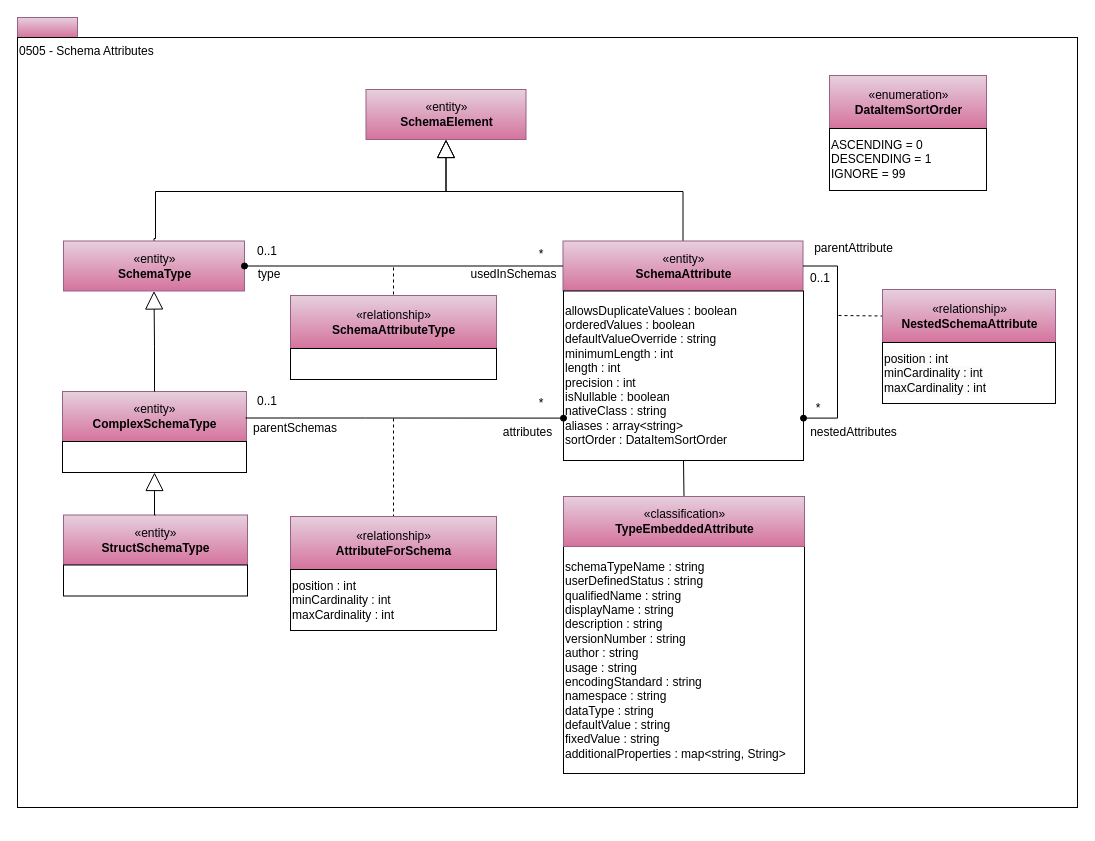
odpi/egeria-docs keeps this draw.io diagram as page "0505-Schema-Attributes" (5 of 36) of site/docs/types/5/area-5-models-and-schema.drawio. Above is the earlier version. Source tidied: cells renumbered, new cells numbered last; positions are measured from the earlier drawing's top-left corner, leaving out a move shared by most shapes. Both pictures are drawn from the tidied source at 100%, with x=0, y=0 at pixel (17, 17).
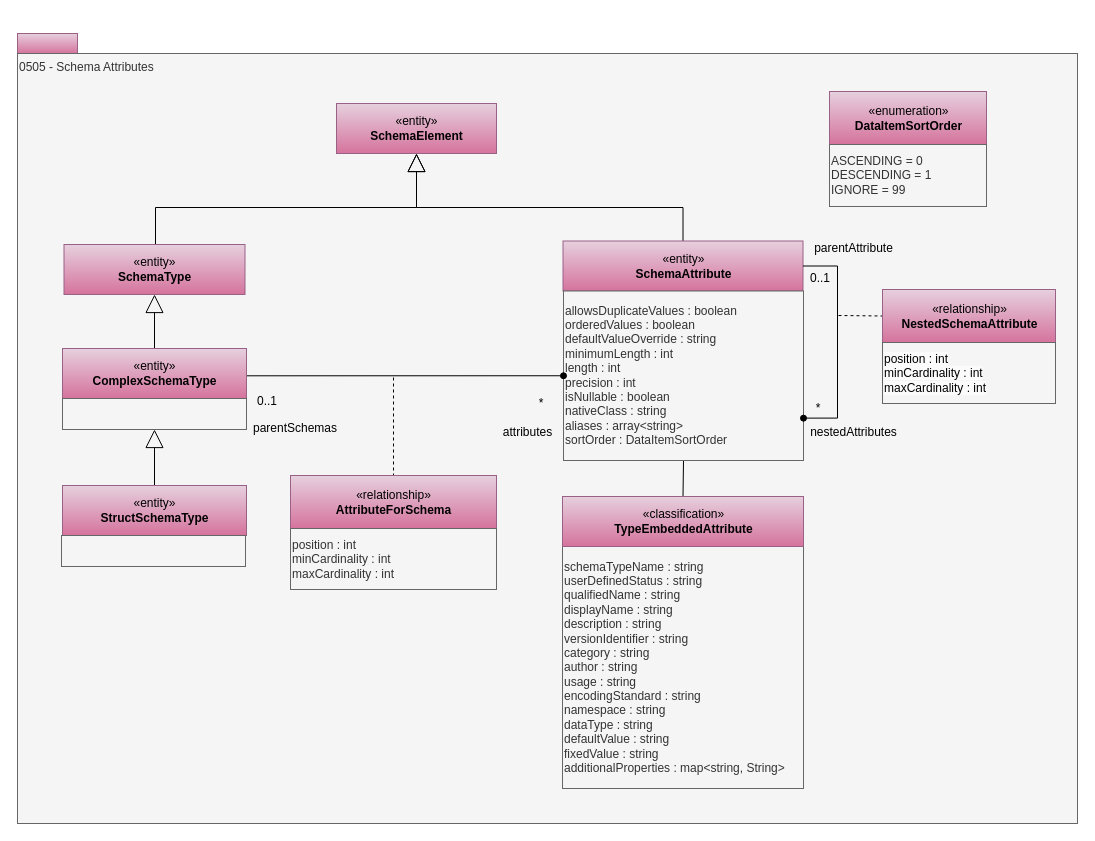
After the change.

Unchanged cells that the change refers to:
```xml
<mxCell id="22" value="parentSchemas" style="text;html=1;strokeColor=none;fillColor=none;align=center;verticalAlign=middle;whiteSpace=wrap;rounded=0;" parent="1" vertex="1">
  <mxGeometry x="228" y="400.5" width="100" height="20" as="geometry" />
</mxCell>
<mxCell id="27" value="«entity»&lt;br&gt;&lt;b&gt;SchemaAttribute&lt;/b&gt;" style="html=1;strokeColor=#996185;align=center;fillColor=#e6d0de;gradientColor=#d5739d;" parent="1" vertex="1">
  <mxGeometry x="545.5" y="223.5" width="240" height="50" as="geometry" />
</mxCell>
```

Diff of the diagram source:
```diff
@@
     <mxCell id="2" style="rounded=0;whiteSpace=wrap;html=1;align=left;fillColor=#e6d0de;strokeColor=#996185;gradientColor=#d5739d;" parent="1" vertex="1">
-      <mxGeometry width="60" height="20" as="geometry" />
+      <mxGeometry y="16" width="60" height="20" as="geometry" />
     </mxCell>
-    <mxCell id="3" value="0505 - Schema Attributes" style="rounded=0;whiteSpace=wrap;html=1;align=left;verticalAlign=top;" parent="1" vertex="1">
-      <mxGeometry y="20" width="1060" height="770" as="geometry" />
+    <mxCell id="3" value="0505 - Schema Attributes" style="rounded=0;whiteSpace=wrap;html=1;align=left;verticalAlign=top;fillColor=#f5f5f5;fontColor=#333333;strokeColor=#666666;" parent="1" vertex="1">
+      <mxGeometry y="36" width="1060" height="770" as="geometry" />
     </mxCell>
     <mxCell id="4" value="«entity»&lt;br&gt;&lt;b&gt;SchemaElement&lt;/b&gt;" style="html=1;strokeColor=#996185;align=center;fillColor=#e6d0de;gradientColor=#d5739d;" parent="1" vertex="1">
-      <mxGeometry x="348.5" y="72" width="160" height="50" as="geometry" />
+      <mxGeometry x="319" y="86" width="160" height="50" as="geometry" />
     </mxCell>
     <mxCell id="5" style="edgeStyle=orthogonalEdgeStyle;rounded=0;jettySize=auto;html=1;exitX=0.5;exitY=0;exitDx=0;exitDy=0;startArrow=none;startFill=0;startSize=6;endArrow=block;endFill=0;endSize=16;entryX=0.5;entryY=1;entryDx=0;entryDy=0;" parent="1" edge="1" source="6" target="4">
       <mxGeometry relative="1" as="geometry">
         <Array as="points">
-          <mxPoint x="138" y="221" />
-          <mxPoint x="138" y="174" />
-          <mxPoint x="429" y="174" />
+          <mxPoint x="137" y="237" />
+          <mxPoint x="138" y="237" />
+          <mxPoint x="138" y="190" />
+          <mxPoint x="399" y="190" />
         </Array>
       </mxGeometry>
     </mxCell>
     <mxCell id="6" value="«entity»&lt;br&gt;&lt;b&gt;SchemaType&lt;/b&gt;" style="html=1;strokeColor=#996185;align=center;fillColor=#e6d0de;gradientColor=#d5739d;" parent="1" vertex="1">
-      <mxGeometry x="46" y="223.5" width="181" height="50" as="geometry" />
+      <mxGeometry x="46.5" y="227" width="181" height="50" as="geometry" />
     </mxCell>
@@
     <mxCell id="8" style="edgeStyle=orthogonalEdgeStyle;rounded=0;jettySize=auto;html=1;exitX=0.5;exitY=0;exitDx=0;exitDy=0;entryX=0.5;entryY=1;entryDx=0;entryDy=0;startSize=6;endArrow=block;endFill=0;endSize=16;" parent="1" edge="1" source="27" target="4">
       <mxGeometry relative="1" as="geometry">
         <Array as="points">
-          <mxPoint x="666" y="174" />
-          <mxPoint x="429" y="174" />
+          <mxPoint x="666" y="190" />
+          <mxPoint x="399" y="190" />
         </Array>
       </mxGeometry>
     </mxCell>
@@
     <mxCell id="14" style="endArrow=none;dashed=1;html=1;" parent="1" edge="1" target="46">
       <mxGeometry relative="1" as="geometry">
-        <mxPoint x="376" y="401" as="sourcePoint" />
+        <mxPoint x="376" y="360" as="sourcePoint" />
       </mxGeometry>
     </mxCell>
-    <mxCell id="15" style="group;" parent="1" vertex="1">
-      <mxGeometry x="45" y="374" width="184" height="81" as="geometry" />
-    </mxCell>
-    <mxCell id="16" value="«entity»&lt;br&gt;&lt;b&gt;ComplexSchemaType&lt;/b&gt;" style="html=1;strokeColor=#996185;align=center;fillColor=#e6d0de;gradientColor=#d5739d;" parent="15" vertex="1">
-      <mxGeometry width="184" height="50" as="geometry" />
-    </mxCell>
-    <mxCell id="17" style="rounded=0;whiteSpace=wrap;html=1;strokeColor=#000000;gradientColor=#ffffff;align=center;" parent="15" vertex="1">
-      <mxGeometry y="50" width="184" height="31" as="geometry" />
-    </mxCell>
@@
-    <mxCell id="23" style="group;" parent="1" vertex="1">
-      <mxGeometry x="46" y="484.5" width="184" height="81" as="geometry" />
-    </mxCell>
-    <mxCell id="24" value="«entity»&lt;br&gt;&lt;b&gt;StructSchemaType&lt;/b&gt;" style="html=1;strokeColor=#996185;align=center;fillColor=#e6d0de;gradientColor=#d5739d;" parent="23" vertex="1">
-      <mxGeometry y="13" width="184" height="50" as="geometry" />
-    </mxCell>
-    <mxCell id="25" style="rounded=0;whiteSpace=wrap;html=1;strokeColor=#000000;gradientColor=#ffffff;align=center;" parent="23" vertex="1">
-      <mxGeometry y="63" width="184" height="31" as="geometry" />
-    </mxCell>
@@
-    <mxCell id="28" value="&lt;font style=&quot;white-space: normal&quot;&gt;allowsDuplicateValues : boolean&lt;br&gt;orderedValues : boolean&lt;br&gt;&lt;/font&gt;&lt;span&gt;defaultValueOverride : string&lt;br&gt;minimumLength : int&lt;br&gt;length : int&lt;br&gt;precision : int&lt;br&gt;isNullable : boolean&lt;br&gt;&lt;/span&gt;&lt;font style=&quot;white-space: normal&quot;&gt;nativeClass : string&lt;br&gt;aliases : array&amp;lt;string&amp;gt;&lt;br&gt;sortOrder : DataItemSortOrder&lt;br&gt;&lt;/font&gt;" style="rounded=0;whiteSpace=wrap;html=1;strokeColor=#000000;gradientColor=#ffffff;align=left;fontColor=#000000;" parent="1" vertex="1">
+    <mxCell id="28" value="&lt;font style=&quot;white-space: normal&quot;&gt;allowsDuplicateValues : boolean&lt;br&gt;orderedValues : boolean&lt;br&gt;&lt;/font&gt;&lt;span&gt;defaultValueOverride : string&lt;br&gt;minimumLength : int&lt;br&gt;length : int&lt;br&gt;precision : int&lt;br&gt;isNullable : boolean&lt;br&gt;&lt;/span&gt;&lt;font style=&quot;white-space: normal&quot;&gt;nativeClass : string&lt;br&gt;aliases : array&amp;lt;string&amp;gt;&lt;br&gt;sortOrder : DataItemSortOrder&lt;br&gt;&lt;/font&gt;" style="rounded=0;whiteSpace=wrap;html=1;strokeColor=#666666;align=left;fontColor=#333333;fillColor=#f5f5f5;" parent="1" vertex="1">
       <mxGeometry x="546" y="273.5" width="240" height="169.5" as="geometry" />
     </mxCell>
-    <mxCell id="29" value="schemaTypeName : string&lt;div&gt;userDefinedStatus : string&lt;br&gt;qualifiedName : string&lt;br&gt;displayName : string&lt;br&gt;description : string&lt;br&gt;versionNumber : string&lt;br&gt;author : string&lt;br&gt;usage : string&lt;br&gt;encodingStandard : string&lt;br&gt;namespace : string&lt;br&gt;dataType : string&lt;br&gt;defaultValue : string&lt;br&gt;fixedValue : string&lt;br&gt;additionalProperties : map&amp;lt;string, String&amp;gt;&lt;br&gt;&lt;div style=&quot;text-align: left&quot;&gt;&lt;/div&gt;&lt;/div&gt;" style="rounded=0;whiteSpace=wrap;html=1;strokeColor=#000000;gradientColor=#ffffff;align=left;" parent="1" vertex="1">
-      <mxGeometry x="546" y="529" width="241" height="227" as="geometry" />
+    <mxCell id="29" value="schemaTypeName : string&lt;div&gt;userDefinedStatus : string&lt;br&gt;qualifiedName : string&lt;br&gt;displayName : string&lt;br&gt;description : string&lt;br&gt;versionIdentifier : string&lt;/div&gt;&lt;div&gt;category : string&lt;br&gt;author : string&lt;br&gt;usage : string&lt;br&gt;encodingStandard : string&lt;br&gt;namespace : string&lt;br&gt;dataType : string&lt;br&gt;defaultValue : string&lt;br&gt;fixedValue : string&lt;br&gt;additionalProperties : map&amp;lt;string, String&amp;gt;&lt;br&gt;&lt;div style=&quot;text-align: left&quot;&gt;&lt;/div&gt;&lt;/div&gt;" style="rounded=0;whiteSpace=wrap;html=1;strokeColor=#666666;align=left;fillColor=#f5f5f5;fontColor=#333333;" parent="1" vertex="1">
+      <mxGeometry x="545" y="529" width="241" height="242" as="geometry" />
     </mxCell>
     <mxCell id="30" value="«classification»&lt;br&gt;&lt;b&gt;TypeEmbeddedAttribute&lt;/b&gt;" style="html=1;strokeColor=#996185;align=center;fillColor=#e6d0de;gradientColor=#d5739d;" parent="1" vertex="1">
-      <mxGeometry x="546" y="479" width="241" height="50" as="geometry" />
+      <mxGeometry x="545" y="479" width="241" height="50" as="geometry" />
     </mxCell>
-    <mxCell id="31" style="group;" parent="1" vertex="1">
-      <mxGeometry x="812" y="58" width="157" height="115" as="geometry" />
-    </mxCell>
-    <mxCell id="32" value="«enumeration»&lt;br&gt;&lt;b&gt;DataItemSortOrder&lt;/b&gt;" style="html=1;strokeColor=#996185;align=center;fillColor=#e6d0de;gradientColor=#d5739d;" parent="31" vertex="1">
-      <mxGeometry width="157" height="53" as="geometry" />
-    </mxCell>
-    <mxCell id="33" value="&lt;div&gt;ASCENDING = 0&lt;/div&gt;&lt;div&gt;DESCENDING = 1&lt;/div&gt;&lt;div&gt;IGNORE = 99&lt;/div&gt;" style="rounded=0;whiteSpace=wrap;html=1;strokeColor=#000000;gradientColor=#ffffff;align=left;" parent="31" vertex="1">
-      <mxGeometry y="53" width="157" height="62" as="geometry" />
-    </mxCell>
-    <mxCell id="34" style="endArrow=none;dashed=1;html=1;" parent="1" edge="1" target="37">
-      <mxGeometry relative="1" as="geometry">
-        <mxPoint x="376" y="250" as="sourcePoint" />
-      </mxGeometry>
-    </mxCell>
-    <mxCell id="35" style="endArrow=oval;html=1;edgeStyle=orthogonalEdgeStyle;rounded=0;exitX=0;exitY=0.5;exitDx=0;exitDy=0;endFill=1;" parent="1" edge="1" source="27" target="6">
-      <mxGeometry relative="1" as="geometry" />
-    </mxCell>
-    <mxCell id="36" style="group;" parent="1" vertex="1">
-      <mxGeometry x="273" y="278" width="206" height="84" as="geometry" />
-    </mxCell>
-    <mxCell id="37" value="«relationship»&lt;br&gt;&lt;b&gt;SchemaAttributeType&lt;/b&gt;" style="html=1;strokeColor=#996185;align=center;fillColor=#e6d0de;gradientColor=#d5739d;" parent="36" vertex="1">
-      <mxGeometry width="206" height="53" as="geometry" />
-    </mxCell>
-    <mxCell id="38" style="rounded=0;whiteSpace=wrap;html=1;strokeColor=#000000;gradientColor=#ffffff;align=center;" parent="36" vertex="1">
-      <mxGeometry y="53" width="206" height="31" as="geometry" />
-    </mxCell>
-    <mxCell id="39" value="*" style="text;html=1;strokeColor=none;fillColor=none;align=center;verticalAlign=middle;whiteSpace=wrap;rounded=0;" parent="1" vertex="1">
-      <mxGeometry x="503.5" y="227" width="40" height="20" as="geometry" />
-    </mxCell>
-    <mxCell id="40" value="0..1" style="text;html=1;strokeColor=none;fillColor=none;align=center;verticalAlign=middle;whiteSpace=wrap;rounded=0;" parent="1" vertex="1">
-      <mxGeometry x="230" y="224" width="40" height="20" as="geometry" />
-    </mxCell>
-    <mxCell id="41" value="usedInSchemas" style="text;html=1;strokeColor=none;fillColor=none;align=center;verticalAlign=middle;whiteSpace=wrap;rounded=0;" parent="1" vertex="1">
-      <mxGeometry x="463" y="246.5" width="67" height="20" as="geometry" />
-    </mxCell>
-    <mxCell id="42" value="type" style="text;html=1;strokeColor=none;fillColor=none;align=center;verticalAlign=middle;whiteSpace=wrap;rounded=0;" parent="1" vertex="1">
-      <mxGeometry x="228" y="246.5" width="48" height="20" as="geometry" />
-    </mxCell>
@@
-    <mxCell id="45" value="&lt;span style=&quot;forced-color-adjust: none; color: rgb(0, 0, 0); font-family: Helvetica; font-size: 12px; font-style: normal; font-variant-ligatures: normal; font-variant-caps: normal; font-weight: 400; letter-spacing: normal; orphans: 2; text-indent: 0px; text-transform: none; widows: 2; word-spacing: 0px; -webkit-text-stroke-width: 0px; white-space: normal; background-color: rgb(251, 251, 251); text-decoration-thickness: initial; text-decoration-style: initial; text-decoration-color: initial;&quot;&gt;position : int&lt;/span&gt;&lt;br style=&quot;forced-color-adjust: none; color: rgb(0, 0, 0); font-family: Helvetica; font-size: 12px; font-style: normal; font-variant-ligatures: normal; font-variant-caps: normal; font-weight: 400; letter-spacing: normal; orphans: 2; text-indent: 0px; text-transform: none; widows: 2; word-spacing: 0px; -webkit-text-stroke-width: 0px; white-space: normal; background-color: rgb(251, 251, 251); text-decoration-thickness: initial; text-decoration-style: initial; text-decoration-color: initial;&quot;&gt;&lt;font style=&quot;forced-color-adjust: none; color: rgb(0, 0, 0); font-family: Helvetica; font-size: 12px; font-style: normal; font-variant-ligatures: normal; font-variant-caps: normal; font-weight: 400; letter-spacing: normal; orphans: 2; text-indent: 0px; text-transform: none; widows: 2; word-spacing: 0px; -webkit-text-stroke-width: 0px; white-space: normal; background-color: rgb(251, 251, 251); text-decoration-thickness: initial; text-decoration-style: initial; text-decoration-color: initial;&quot;&gt;minCardinality : int&lt;br style=&quot;forced-color-adjust: none;&quot;&gt;maxCardinality : int&lt;/font&gt;" style="rounded=0;whiteSpace=wrap;html=1;strokeColor=#000000;gradientColor=#ffffff;align=left;" parent="1" vertex="1">
+    <mxCell id="45" value="&lt;span style=&quot;forced-color-adjust: none; color: rgb(0, 0, 0); font-family: Helvetica; font-size: 12px; font-style: normal; font-variant-ligatures: normal; font-variant-caps: normal; font-weight: 400; letter-spacing: normal; orphans: 2; text-indent: 0px; text-transform: none; widows: 2; word-spacing: 0px; -webkit-text-stroke-width: 0px; white-space: normal; background-color: rgb(251, 251, 251); text-decoration-thickness: initial; text-decoration-style: initial; text-decoration-color: initial;&quot;&gt;position : int&lt;/span&gt;&lt;br style=&quot;forced-color-adjust: none; color: rgb(0, 0, 0); font-family: Helvetica; font-size: 12px; font-style: normal; font-variant-ligatures: normal; font-variant-caps: normal; font-weight: 400; letter-spacing: normal; orphans: 2; text-indent: 0px; text-transform: none; widows: 2; word-spacing: 0px; -webkit-text-stroke-width: 0px; white-space: normal; background-color: rgb(251, 251, 251); text-decoration-thickness: initial; text-decoration-style: initial; text-decoration-color: initial;&quot;&gt;&lt;font style=&quot;forced-color-adjust: none; color: rgb(0, 0, 0); font-family: Helvetica; font-size: 12px; font-style: normal; font-variant-ligatures: normal; font-variant-caps: normal; font-weight: 400; letter-spacing: normal; orphans: 2; text-indent: 0px; text-transform: none; widows: 2; word-spacing: 0px; -webkit-text-stroke-width: 0px; white-space: normal; background-color: rgb(251, 251, 251); text-decoration-thickness: initial; text-decoration-style: initial; text-decoration-color: initial;&quot;&gt;minCardinality : int&lt;br style=&quot;forced-color-adjust: none;&quot;&gt;maxCardinality : int&lt;/font&gt;" style="rounded=0;whiteSpace=wrap;html=1;strokeColor=#666666;align=left;fillColor=#f5f5f5;fontColor=#333333;" parent="1" vertex="1">
       <mxGeometry x="865" y="325" width="173" height="61" as="geometry" />
     </mxCell>
     <mxCell id="46" value="«relationship»&lt;br&gt;&lt;b&gt;AttributeForSchema&lt;/b&gt;" style="html=1;strokeColor=#996185;align=center;fillColor=#e6d0de;gradientColor=#d5739d;" parent="1" vertex="1">
-      <mxGeometry x="273" y="499" width="206" height="53" as="geometry" />
+      <mxGeometry x="273" y="458" width="206" height="53" as="geometry" />
     </mxCell>
-    <mxCell id="47" value="position : int&lt;br&gt;minCardinality : int&lt;br&gt;maxCardinality : int" style="rounded=0;whiteSpace=wrap;html=1;strokeColor=#000000;gradientColor=#ffffff;align=left;" parent="1" vertex="1">
-      <mxGeometry x="273" y="552" width="206" height="61" as="geometry" />
+    <mxCell id="47" value="position : int&lt;br&gt;minCardinality : int&lt;br&gt;maxCardinality : int" style="rounded=0;whiteSpace=wrap;html=1;strokeColor=#666666;align=left;fillColor=#f5f5f5;fontColor=#333333;" parent="1" vertex="1">
+      <mxGeometry x="273" y="511" width="206" height="61" as="geometry" />
     </mxCell>
-    <mxCell id="48" style="edgeStyle=orthogonalEdgeStyle;rounded=0;jettySize=auto;html=1;exitX=0;exitY=0;exitDx=0;exitDy=0;entryX=0;entryY=0.75;entryDx=0;entryDy=0;endArrow=oval;endFill=1;" parent="1" edge="1" source="22" target="28">
+    <mxCell id="48" style="edgeStyle=orthogonalEdgeStyle;rounded=0;jettySize=auto;html=1;exitX=1;exitY=0.5;exitDx=0;exitDy=0;entryX=0;entryY=0.5;entryDx=0;entryDy=0;endArrow=oval;endFill=1;" parent="1" edge="1" source="16" target="28">
       <mxGeometry relative="1" as="geometry">
         <Array as="points">
-          <mxPoint x="348" y="401" />
-          <mxPoint x="348" y="401" />
+          <mxPoint x="229" y="358" />
         </Array>
       </mxGeometry>
     </mxCell>
+    <mxCell id="24" value="«entity»&lt;br&gt;&lt;b&gt;StructSchemaType&lt;/b&gt;" style="html=1;strokeColor=#996185;align=center;fillColor=#e6d0de;gradientColor=#d5739d;" parent="1" vertex="1">
+      <mxGeometry x="45" y="468" width="184" height="50" as="geometry" />
+    </mxCell>
+    <mxCell id="25" style="rounded=0;whiteSpace=wrap;html=1;strokeColor=#666666;align=center;fillColor=#f5f5f5;fontColor=#333333;" parent="1" vertex="1">
+      <mxGeometry x="44" y="518" width="184" height="31" as="geometry" />
+    </mxCell>
+    <mxCell id="16" value="«entity»&lt;br&gt;&lt;b&gt;ComplexSchemaType&lt;/b&gt;" style="html=1;strokeColor=#996185;align=center;fillColor=#e6d0de;gradientColor=#d5739d;" parent="1" vertex="1">
+      <mxGeometry x="45" y="331" width="184" height="50" as="geometry" />
+    </mxCell>
+    <mxCell id="17" style="rounded=0;whiteSpace=wrap;html=1;strokeColor=#666666;align=center;fillColor=#f5f5f5;fontColor=#333333;" parent="1" vertex="1">
+      <mxGeometry x="45" y="381" width="184" height="31" as="geometry" />
+    </mxCell>
+    <mxCell id="32" value="«enumeration»&lt;br&gt;&lt;b&gt;DataItemSortOrder&lt;/b&gt;" style="html=1;strokeColor=#996185;align=center;fillColor=#e6d0de;gradientColor=#d5739d;" parent="1" vertex="1">
+      <mxGeometry x="812" y="74" width="157" height="53" as="geometry" />
+    </mxCell>
+    <mxCell id="33" value="&lt;div&gt;ASCENDING = 0&lt;/div&gt;&lt;div&gt;DESCENDING = 1&lt;/div&gt;&lt;div&gt;IGNORE = 99&lt;/div&gt;" style="rounded=0;whiteSpace=wrap;html=1;strokeColor=#666666;align=left;fillColor=#f5f5f5;fontColor=#333333;" parent="1" vertex="1">
+      <mxGeometry x="812" y="127" width="157" height="62" as="geometry" />
+    </mxCell>
```
